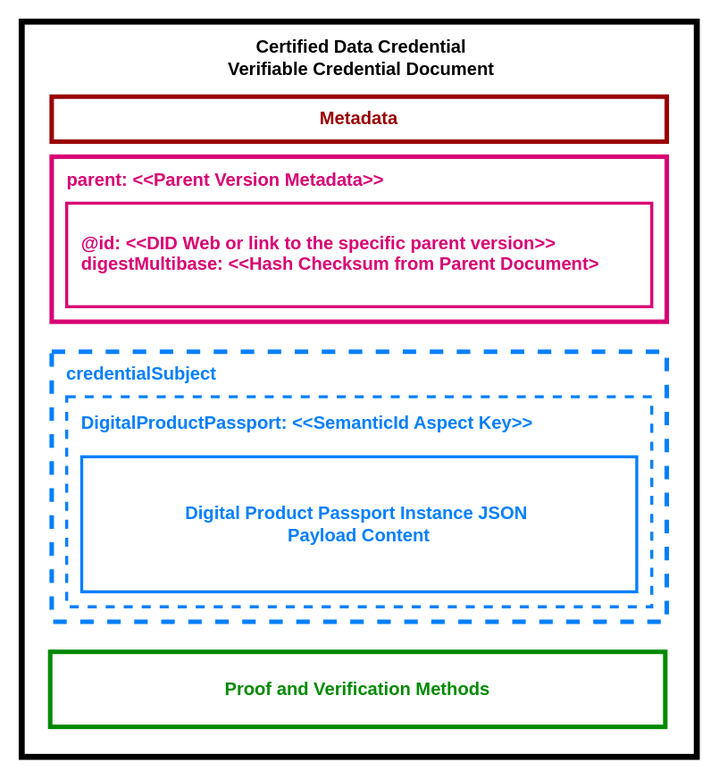
The draw.io diagram dpp-verification/resources/implementation/cdc-document-credential.svg in eclipse-tractusx/digital-product-pass, before a commit. Source tidied: cells renumbered, new cells last; positions are measured from the earlier drawing's top-left corner, leaving out a move shared by most shapes.
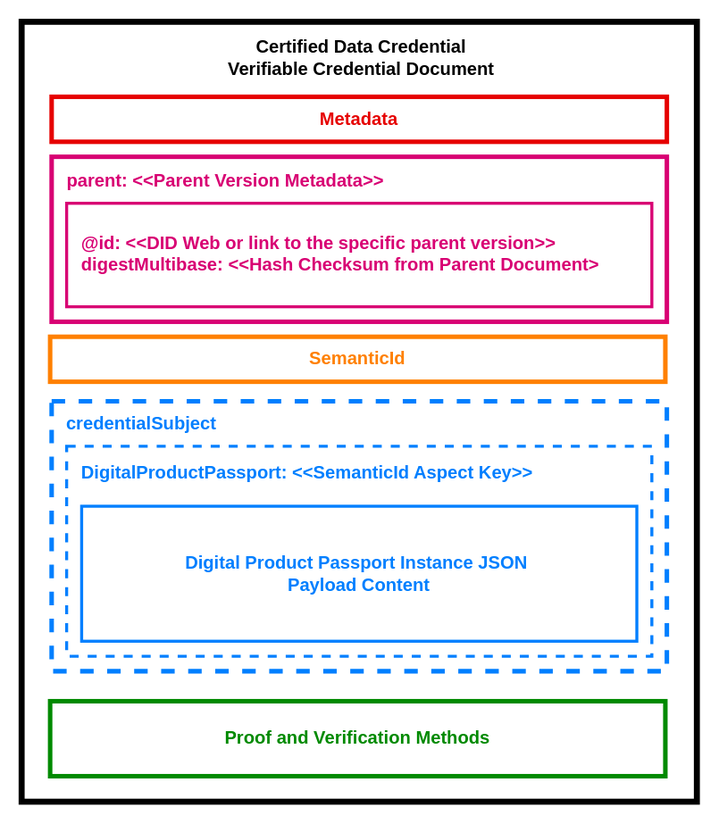
After the change.

Diff of the diagram source:
```diff
@@ -3,15 +3,15 @@
     <mxCell id="0" />
     <mxCell id="1" parent="0" />
     <mxCell id="2" style="rounded=0;whiteSpace=wrap;html=1;strokeWidth=4;" parent="1" vertex="1">
-      <mxGeometry width="450" height="490" as="geometry" />
+      <mxGeometry width="450" height="520" as="geometry" />
     </mxCell>
     <mxCell id="3" value="&lt;b&gt;&lt;font color=&quot;#007fff&quot;&gt;&lt;br&gt;&lt;/font&gt;&lt;/b&gt;" style="rounded=0;whiteSpace=wrap;html=1;strokeWidth=3;strokeColor=#007FFF;dashed=1;" parent="1" vertex="1">
-      <mxGeometry x="20" y="220" width="410" height="180" as="geometry" />
+      <mxGeometry x="20" y="253" width="410" height="180" as="geometry" />
     </mxCell>
     <mxCell id="4" value="&lt;font color=&quot;#008a00&quot;&gt;&lt;b&gt;Proof and Verification Methods&lt;/b&gt;&lt;/font&gt;" style="rounded=0;whiteSpace=wrap;html=1;strokeWidth=3;strokeColor=#008A00;" parent="1" vertex="1">
-      <mxGeometry x="19" y="420" width="410" height="50" as="geometry" />
+      <mxGeometry x="19" y="453" width="410" height="50" as="geometry" />
     </mxCell>
-    <mxCell id="5" value="&lt;b style=&quot;&quot;&gt;Metadata&lt;/b&gt;" style="rounded=0;whiteSpace=wrap;html=1;strokeWidth=3;strokeColor=#990000;fontColor=#990000;" parent="1" vertex="1">
+    <mxCell id="5" value="&lt;b style=&quot;&quot;&gt;&lt;font color=&quot;#e60000&quot;&gt;Metadata&lt;/font&gt;&lt;/b&gt;" style="rounded=0;whiteSpace=wrap;html=1;strokeWidth=3;strokeColor=#E60000;fontColor=#990000;" parent="1" vertex="1">
       <mxGeometry x="20" y="50" width="410" height="30" as="geometry" />
     </mxCell>
     <mxCell id="6" value="&lt;div&gt;&lt;b&gt;Certified Data Credential&lt;/b&gt;&lt;/div&gt;&lt;b&gt;Verifiable Credential Document&lt;/b&gt;" style="text;html=1;align=center;verticalAlign=middle;strokeColor=none;fillColor=none;" parent="1" vertex="1">
@@ -21,13 +21,13 @@
       <mxGeometry x="20" y="90" width="410" height="110" as="geometry" />
     </mxCell>
     <mxCell id="8" value="&lt;b&gt;&lt;font color=&quot;#007fff&quot;&gt;credentialSubject&lt;/font&gt;&lt;/b&gt;" style="text;html=1;align=center;verticalAlign=middle;whiteSpace=wrap;rounded=0;" parent="1" vertex="1">
-      <mxGeometry x="50" y="220" width="60" height="30" as="geometry" />
+      <mxGeometry x="50" y="253" width="60" height="30" as="geometry" />
     </mxCell>
     <mxCell id="9" style="rounded=0;whiteSpace=wrap;html=1;strokeWidth=2;strokeColor=#007FFF;dashed=1;" parent="1" vertex="1">
-      <mxGeometry x="30" y="250" width="390" height="140" as="geometry" />
+      <mxGeometry x="30" y="283" width="390" height="140" as="geometry" />
     </mxCell>
     <mxCell id="10" value="&lt;font style=&quot;&quot; color=&quot;#007fff&quot;&gt;&lt;b&gt;DigitalProductPassport: &amp;lt;&amp;lt;SemanticId Aspect Key&amp;gt;&amp;gt;&lt;/b&gt;&lt;/font&gt;" style="text;html=1;align=left;verticalAlign=middle;whiteSpace=wrap;rounded=0;" parent="1" vertex="1">
-      <mxGeometry x="38" y="253" width="347" height="30" as="geometry" />
+      <mxGeometry x="38" y="286" width="347" height="30" as="geometry" />
     </mxCell>
     <mxCell id="11" value="&lt;b&gt;&lt;font color=&quot;#d80073&quot;&gt;parent: &amp;lt;&amp;lt;Parent Version Metadata&amp;gt;&amp;gt;&lt;/font&gt;&lt;/b&gt;" style="text;html=1;align=center;verticalAlign=middle;whiteSpace=wrap;rounded=0;" parent="1" vertex="1">
       <mxGeometry x="12" y="91" width="248" height="30" as="geometry" />
@@ -39,7 +39,10 @@
       <mxGeometry x="38" y="125" width="372" height="60" as="geometry" />
     </mxCell>
     <mxCell id="14" value="&lt;b&gt;&lt;font color=&quot;#007fff&quot;&gt;Digital Product Passport Instance JSON&amp;nbsp;&lt;/font&gt;&lt;/b&gt;&lt;div&gt;&lt;b&gt;&lt;font color=&quot;#007fff&quot;&gt;Payload Content&lt;/font&gt;&lt;/b&gt;&lt;/div&gt;" style="rounded=0;whiteSpace=wrap;html=1;strokeWidth=2;strokeColor=#007FFF;" parent="1" vertex="1">
-      <mxGeometry x="40" y="290" width="370" height="90" as="geometry" />
+      <mxGeometry x="40" y="323" width="370" height="90" as="geometry" />
     </mxCell>
+    <mxCell id="15" value="&lt;b style=&quot;&quot;&gt;&lt;font color=&quot;#ff8000&quot;&gt;SemanticId&lt;/font&gt;&lt;/b&gt;" style="rounded=0;whiteSpace=wrap;html=1;strokeWidth=3;strokeColor=#FF8000;fontColor=#333333;fillColor=none;" parent="1" vertex="1">
+      <mxGeometry x="19" y="210" width="410" height="30" as="geometry" />
+    </mxCell>
   </root>
 </mxGraphModel>
```
